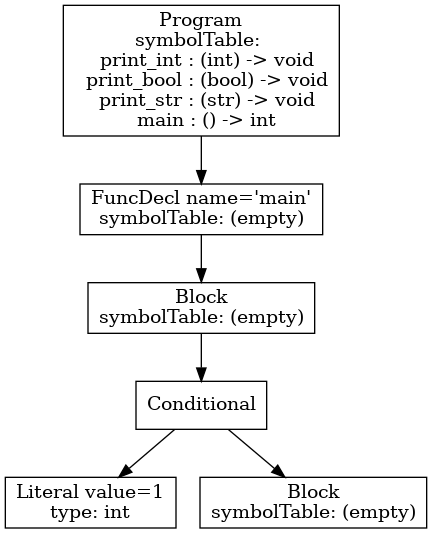
Above: p3-analysis/ast.png in tran3jm/f22_compilers (Graphviz), before the change. Its source is kept beside it as p3-analysis/ast.dot.
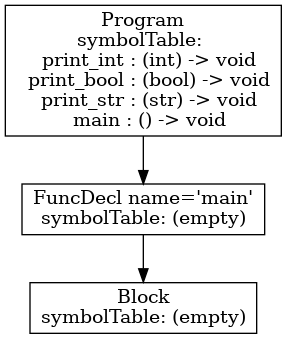
The same diagram one commit later.

Change to the diagram source:
```diff
@@ -1,13 +1,7 @@
 digraph AST {
-4 [shape=box, label="Literal value=1\ntype: int"];
-5 [shape=box, label="Block\nsymbolTable: (empty)"];
-3 [shape=box, label="Conditional"];
-3 -> 4;
-3 -> 5;
 2 [shape=box, label="Block\nsymbolTable: (empty)"];
-2 -> 3;
 1 [shape=box, label="FuncDecl name='main'\nsymbolTable: (empty)"];
 1 -> 2;
-0 [shape=box, label="Program\nsymbolTable: \n  print_int : (int) -> void\n  print_bool : (bool) -> void\n  print_str : (str) -> void\n  main : () -> int"];
+0 [shape=box, label="Program\nsymbolTable: \n  print_int : (int) -> void\n  print_bool : (bool) -> void\n  print_str : (str) -> void\n  main : () -> void"];
 0 -> 1;
 }
```
